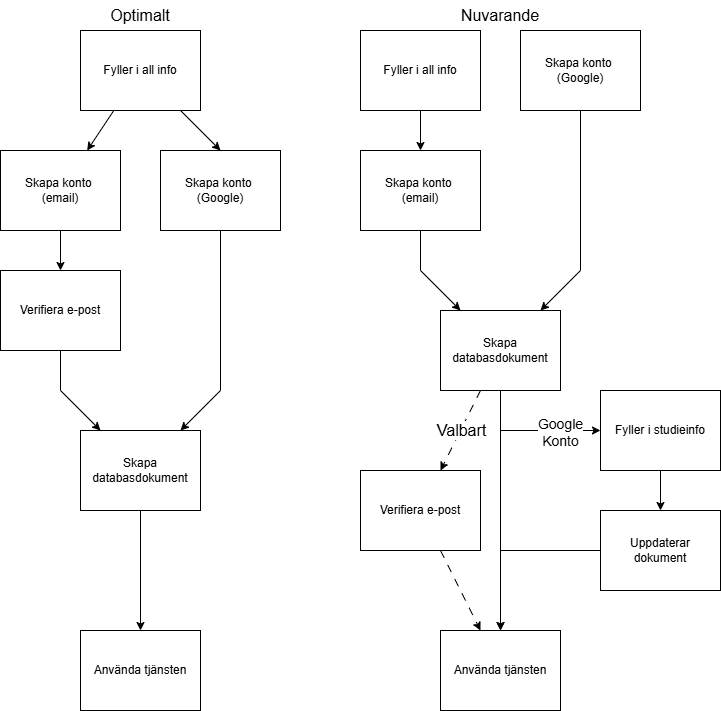
The draw.io diagram readme-imgs/CreateAccountFlow.png in Djurson/studydash, before a commit. Source tidied: cells renumbered, new cells last; positions are measured from the earlier drawing's top-left corner, leaving out a move shared by most shapes. Source of this version:
```xml
<mxGraphModel>
  <root>
    <mxCell id="0" />
    <mxCell id="1" parent="0" />
    <mxCell id="2" value="Skapa konto&amp;nbsp;&lt;div&gt;(email)&lt;/div&gt;" style="rounded=0;whiteSpace=wrap;html=1;" parent="1" vertex="1">
      <mxGeometry y="150" width="120" height="80" as="geometry" />
    </mxCell>
    <mxCell id="3" value="Fyller i all info" style="rounded=0;whiteSpace=wrap;html=1;" parent="1" vertex="1">
      <mxGeometry x="80" y="30" width="120" height="80" as="geometry" />
    </mxCell>
    <mxCell id="4" style="endArrow=classic;html=1;rounded=0;" parent="1" edge="1" source="3" target="2">
      <mxGeometry relative="1" as="geometry" />
    </mxCell>
    <mxCell id="5" style="endArrow=classic;html=1;rounded=0;" parent="1" edge="1" source="3">
      <mxGeometry relative="1" as="geometry">
        <mxPoint x="220" y="150" as="targetPoint" />
      </mxGeometry>
    </mxCell>
    <mxCell id="6" value="Verifiera e-post" style="rounded=0;whiteSpace=wrap;html=1;" parent="1" vertex="1">
      <mxGeometry y="270" width="120" height="80" as="geometry" />
    </mxCell>
    <mxCell id="7" style="endArrow=classic;html=1;rounded=0;" parent="1" edge="1" source="2" target="6">
      <mxGeometry relative="1" as="geometry" />
    </mxCell>
    <mxCell id="8" value="Skapa databasdokument" style="rounded=0;whiteSpace=wrap;html=1;" parent="1" vertex="1">
      <mxGeometry x="80" y="430" width="120" height="80" as="geometry" />
    </mxCell>
    <mxCell id="9" style="endArrow=classic;html=1;rounded=0;" parent="1" edge="1" source="34" target="8">
      <mxGeometry relative="1" as="geometry">
        <Array as="points">
          <mxPoint x="220" y="390" />
        </Array>
      </mxGeometry>
    </mxCell>
    <mxCell id="10" style="endArrow=classic;html=1;rounded=0;" parent="1" edge="1" source="6" target="8">
      <mxGeometry relative="1" as="geometry">
        <Array as="points">
          <mxPoint x="60" y="390" />
        </Array>
      </mxGeometry>
    </mxCell>
    <mxCell id="11" value="Skapa konto&amp;nbsp;&lt;div&gt;(email)&lt;/div&gt;" style="rounded=0;whiteSpace=wrap;html=1;" parent="1" vertex="1">
      <mxGeometry x="360" y="150" width="120" height="80" as="geometry" />
    </mxCell>
    <mxCell id="12" value="Fyller i all info" style="rounded=0;whiteSpace=wrap;html=1;" parent="1" vertex="1">
      <mxGeometry x="360" y="30" width="120" height="80" as="geometry" />
    </mxCell>
    <mxCell id="13" value="Skapa konto&amp;nbsp;&lt;div&gt;(Google)&lt;/div&gt;" style="rounded=0;whiteSpace=wrap;html=1;" parent="1" vertex="1">
      <mxGeometry x="520" y="30" width="120" height="80" as="geometry" />
    </mxCell>
    <mxCell id="14" style="endArrow=classic;html=1;rounded=0;" parent="1" edge="1" source="12" target="11">
      <mxGeometry relative="1" as="geometry" />
    </mxCell>
    <mxCell id="15" style="endArrow=classic;html=1;rounded=0;" parent="1" edge="1" source="13" target="16">
      <mxGeometry relative="1" as="geometry">
        <Array as="points">
          <mxPoint x="580" y="270" />
        </Array>
      </mxGeometry>
    </mxCell>
    <mxCell id="16" value="Skapa databasdokument" style="rounded=0;whiteSpace=wrap;html=1;" parent="1" vertex="1">
      <mxGeometry x="440" y="310" width="120" height="80" as="geometry" />
    </mxCell>
    <mxCell id="17" style="endArrow=classic;html=1;rounded=0;" parent="1" edge="1" source="11" target="16">
      <mxGeometry relative="1" as="geometry">
        <Array as="points">
          <mxPoint x="420" y="270" />
        </Array>
      </mxGeometry>
    </mxCell>
    <mxCell id="18" value="Verifiera e-post" style="rounded=0;whiteSpace=wrap;html=1;" parent="1" vertex="1">
      <mxGeometry x="360" y="470" width="120" height="80" as="geometry" />
    </mxCell>
    <mxCell id="19" value="Använda tjänsten" style="rounded=0;whiteSpace=wrap;html=1;" parent="1" vertex="1">
      <mxGeometry x="440" y="630" width="120" height="80" as="geometry" />
    </mxCell>
    <mxCell id="20" value="Använda tjänsten" style="rounded=0;whiteSpace=wrap;html=1;" parent="1" vertex="1">
      <mxGeometry x="80" y="630" width="120" height="80" as="geometry" />
    </mxCell>
    <mxCell id="21" style="endArrow=classic;html=1;rounded=0;" parent="1" edge="1" source="8" target="20">
      <mxGeometry relative="1" as="geometry" />
    </mxCell>
    <mxCell id="22" style="endArrow=classic;html=1;rounded=0;" parent="1" edge="1" source="16" target="19">
      <mxGeometry relative="1" as="geometry" />
    </mxCell>
    <mxCell id="23" style="endArrow=classic;html=1;rounded=0;dashed=1;dashPattern=8 8;" parent="1" edge="1" source="16" target="18">
      <mxGeometry relative="1" as="geometry" />
    </mxCell>
    <mxCell id="24" value="&lt;font style=&quot;font-size: 16px;&quot;&gt;Valbart&lt;/font&gt;" style="edgeLabel;html=1;align=center;verticalAlign=middle;" parent="23" vertex="1">
      <mxGeometry x="-0.02" relative="1" as="geometry" />
    </mxCell>
    <mxCell id="25" style="endArrow=classic;html=1;rounded=0;dashed=1;dashPattern=8 8;" parent="1" edge="1" source="18" target="19">
      <mxGeometry relative="1" as="geometry" />
    </mxCell>
    <mxCell id="26" value="&lt;font style=&quot;font-size: 16px;&quot;&gt;Optimalt&lt;/font&gt;" style="text;html=1;align=center;verticalAlign=middle;whiteSpace=wrap;rounded=0;" parent="1" vertex="1">
      <mxGeometry x="70" width="140" height="30" as="geometry" />
    </mxCell>
    <mxCell id="27" value="&lt;font style=&quot;font-size: 16px;&quot;&gt;Nuvarande&lt;/font&gt;" style="text;html=1;align=center;verticalAlign=middle;whiteSpace=wrap;rounded=0;" parent="1" vertex="1">
      <mxGeometry x="430" width="140" height="30" as="geometry" />
    </mxCell>
    <mxCell id="28" value="Fyller i studieinfo" style="rounded=0;whiteSpace=wrap;html=1;" parent="1" vertex="1">
      <mxGeometry x="600" y="390" width="120" height="80" as="geometry" />
    </mxCell>
    <mxCell id="29" value="Uppdaterar&lt;div&gt;dokument&lt;/div&gt;" style="rounded=0;whiteSpace=wrap;html=1;" parent="1" vertex="1">
      <mxGeometry x="600" y="510" width="120" height="80" as="geometry" />
    </mxCell>
    <mxCell id="30" style="endArrow=classic;html=1;rounded=0;" parent="1" edge="1" source="16" target="28">
      <mxGeometry relative="1" as="geometry">
        <Array as="points">
          <mxPoint x="500" y="430" />
        </Array>
      </mxGeometry>
    </mxCell>
    <mxCell id="31" value="&lt;font style=&quot;font-size: 14px;&quot;&gt;Google&lt;/font&gt;&lt;div&gt;&lt;font style=&quot;font-size: 14px;&quot;&gt;Konto&lt;/font&gt;&lt;/div&gt;" style="edgeLabel;html=1;align=center;verticalAlign=middle;" parent="30" vertex="1">
      <mxGeometry x="0.42" y="-1" relative="1" as="geometry" />
    </mxCell>
    <mxCell id="32" style="endArrow=classic;html=1;rounded=0;" parent="1" edge="1" source="28" target="29">
      <mxGeometry relative="1" as="geometry" />
    </mxCell>
    <mxCell id="33" style="endArrow=classic;html=1;rounded=0;" parent="1" edge="1" source="29" target="19">
      <mxGeometry relative="1" as="geometry">
        <Array as="points">
          <mxPoint x="500" y="550" />
        </Array>
      </mxGeometry>
    </mxCell>
    <mxCell id="34" value="Skapa konto&amp;nbsp;&lt;div&gt;(Google)&lt;/div&gt;" style="rounded=0;whiteSpace=wrap;html=1;" parent="1" vertex="1">
      <mxGeometry x="160" y="150" width="120" height="80" as="geometry" />
    </mxCell>
  </root>
</mxGraphModel>
```
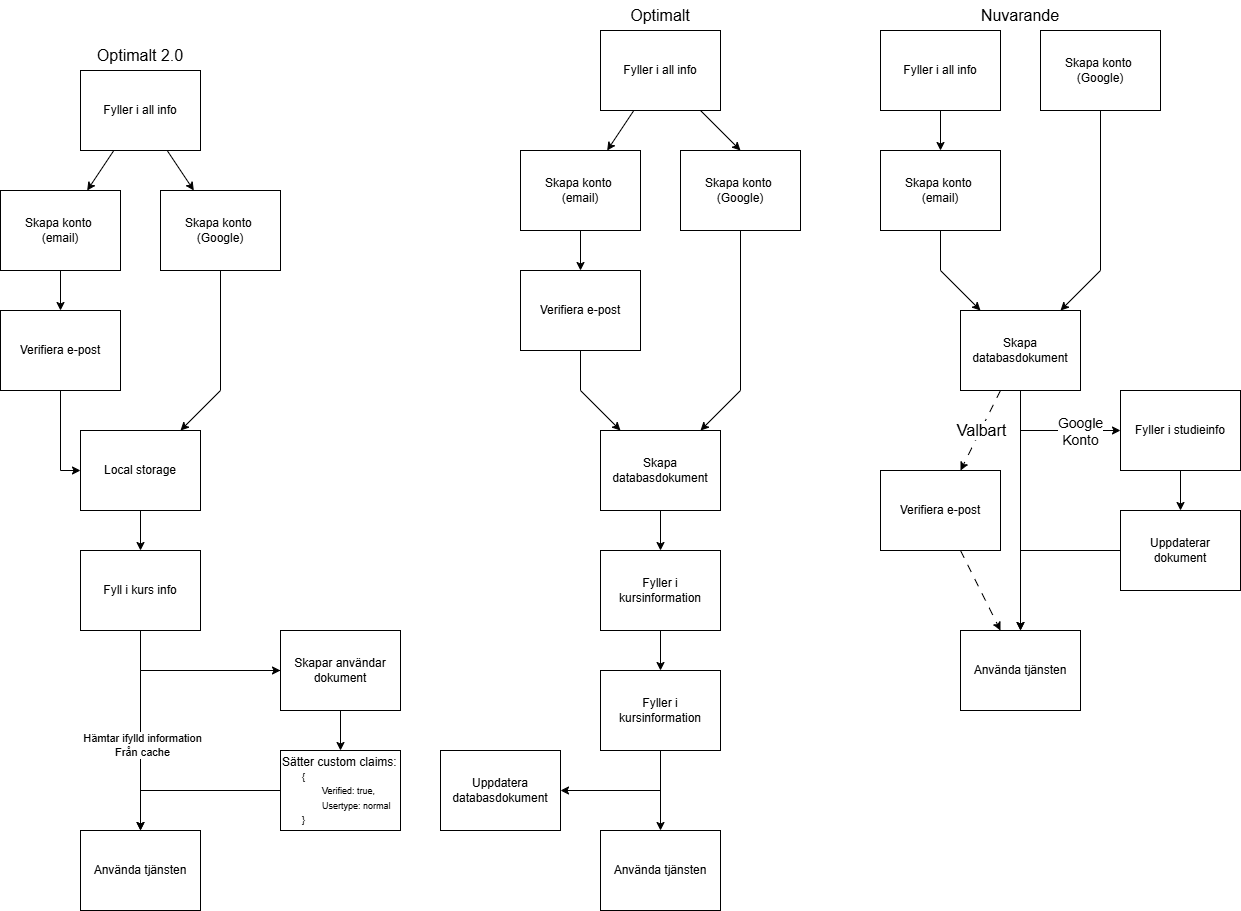
After the change.

Commit message:
Custom claims (början)

Change to the diagram source:
```diff
@@ -74,8 +74,8 @@
     <mxCell id="19" value="Använda tjänsten" style="rounded=0;whiteSpace=wrap;html=1;" parent="1" vertex="1">
       <mxGeometry x="440" y="630" width="120" height="80" as="geometry" />
     </mxCell>
-    <mxCell id="20" value="Använda tjänsten" style="rounded=0;whiteSpace=wrap;html=1;" parent="1" vertex="1">
-      <mxGeometry x="80" y="630" width="120" height="80" as="geometry" />
+    <mxCell id="20" value="Fyller i kursinformation" style="rounded=0;whiteSpace=wrap;html=1;" parent="1" vertex="1">
+      <mxGeometry x="80" y="550" width="120" height="80" as="geometry" />
     </mxCell>
     <mxCell id="21" style="endArrow=classic;html=1;rounded=0;" parent="1" edge="1" source="8" target="20">
       <mxGeometry relative="1" as="geometry" />
@@ -127,5 +127,115 @@
     <mxCell id="34" value="Skapa konto&amp;nbsp;&lt;div&gt;(Google)&lt;/div&gt;" style="rounded=0;whiteSpace=wrap;html=1;" parent="1" vertex="1">
       <mxGeometry x="160" y="150" width="120" height="80" as="geometry" />
     </mxCell>
+    <mxCell id="35" value="Skapa konto&amp;nbsp;&lt;div&gt;(email)&lt;/div&gt;" style="rounded=0;whiteSpace=wrap;html=1;" parent="1" vertex="1">
+      <mxGeometry x="-520" y="190" width="120" height="80" as="geometry" />
+    </mxCell>
+    <mxCell id="36" value="Fyller i all info" style="rounded=0;whiteSpace=wrap;html=1;" parent="1" vertex="1">
+      <mxGeometry x="-440" y="70" width="120" height="80" as="geometry" />
+    </mxCell>
+    <mxCell id="37" style="endArrow=classic;html=1;rounded=0;" parent="1" edge="1" source="36" target="46">
+      <mxGeometry relative="1" as="geometry" />
+    </mxCell>
+    <mxCell id="38" value="Verifiera e-post" style="rounded=0;whiteSpace=wrap;html=1;" parent="1" vertex="1">
+      <mxGeometry x="-520" y="310" width="120" height="80" as="geometry" />
+    </mxCell>
+    <mxCell id="39" style="endArrow=classic;html=1;rounded=0;" parent="1" edge="1" source="35" target="38">
+      <mxGeometry relative="1" as="geometry" />
+    </mxCell>
+    <mxCell id="40" style="endArrow=classic;html=1;rounded=0;" parent="1" edge="1" source="46" target="61">
+      <mxGeometry relative="1" as="geometry">
+        <Array as="points">
+          <mxPoint x="-300" y="390" />
+        </Array>
+      </mxGeometry>
+    </mxCell>
+    <mxCell id="41" style="endArrow=classic;html=1;rounded=0;" parent="1" edge="1" target="61">
+      <mxGeometry relative="1" as="geometry">
+        <mxPoint x="-460" y="390" as="sourcePoint" />
+        <Array as="points">
+          <mxPoint x="-460" y="470" />
+        </Array>
+      </mxGeometry>
+    </mxCell>
+    <mxCell id="42" value="Använda tjänsten" style="rounded=0;whiteSpace=wrap;html=1;" parent="1" vertex="1">
+      <mxGeometry x="-440" y="830" width="120" height="80" as="geometry" />
+    </mxCell>
+    <mxCell id="43" style="endArrow=classic;html=1;rounded=0;" parent="1" edge="1" target="49">
+      <mxGeometry relative="1" as="geometry">
+        <mxPoint x="-380" y="630" as="sourcePoint" />
+        <Array as="points">
+          <mxPoint x="-380" y="670" />
+        </Array>
+      </mxGeometry>
+    </mxCell>
+    <mxCell id="44" value="&lt;div&gt;&lt;br&gt;&lt;/div&gt;" style="edgeLabel;html=1;align=center;verticalAlign=middle;" parent="43" vertex="1">
+      <mxGeometry x="0.42" y="2" relative="1" as="geometry" />
+    </mxCell>
+    <mxCell id="45" value="&lt;span style=&quot;font-size: 16px;&quot;&gt;Optimalt 2.0&lt;/span&gt;" style="text;html=1;align=center;verticalAlign=middle;whiteSpace=wrap;rounded=0;" parent="1" vertex="1">
+      <mxGeometry x="-450" y="40" width="140" height="30" as="geometry" />
+    </mxCell>
+    <mxCell id="46" value="Skapa konto&amp;nbsp;&lt;div&gt;(Google)&lt;/div&gt;" style="rounded=0;whiteSpace=wrap;html=1;" parent="1" vertex="1">
+      <mxGeometry x="-360" y="190" width="120" height="80" as="geometry" />
+    </mxCell>
+    <mxCell id="47" style="endArrow=classic;html=1;rounded=0;" parent="1" edge="1" source="36" target="35">
+      <mxGeometry relative="1" as="geometry" />
+    </mxCell>
+    <mxCell id="48" value="Fyll i kurs info" style="rounded=0;whiteSpace=wrap;html=1;" parent="1" vertex="1">
+      <mxGeometry x="-440" y="550" width="120" height="80" as="geometry" />
+    </mxCell>
+    <mxCell id="49" value="Skapar användar dokument" style="rounded=0;whiteSpace=wrap;html=1;" parent="1" vertex="1">
+      <mxGeometry x="-240" y="630" width="120" height="80" as="geometry" />
+    </mxCell>
+    <mxCell id="50" value="Sätter custom claims:&lt;div&gt;&lt;font style=&quot;font-size: 9px;&quot;&gt;&lt;span style=&quot;white-space: pre;&quot;&gt;&#9;&lt;/span&gt;{&lt;/font&gt;&lt;/div&gt;&lt;div&gt;&lt;font style=&quot;font-size: 9px;&quot;&gt;&lt;span style=&quot;white-space: pre;&quot;&gt;&#9;&lt;span style=&quot;white-space: pre;&quot;&gt;&#9;&lt;/span&gt;&lt;/span&gt;Verified: true,&lt;/font&gt;&lt;/div&gt;&lt;div&gt;&lt;font style=&quot;font-size: 9px;&quot;&gt;&lt;span style=&quot;white-space: pre;&quot;&gt;&#9;&lt;span style=&quot;white-space: pre;&quot;&gt;&#9;&lt;/span&gt;&lt;/span&gt;Usertype: normal&lt;/font&gt;&lt;/div&gt;&lt;div&gt;&lt;font style=&quot;font-size: 9px;&quot;&gt;&lt;span style=&quot;white-space: pre;&quot;&gt;&#9;&lt;/span&gt;}&lt;/font&gt;&lt;/div&gt;" style="rounded=0;whiteSpace=wrap;html=1;align=left;" parent="1" vertex="1">
+      <mxGeometry x="-240" y="750" width="120" height="80" as="geometry" />
+    </mxCell>
+    <mxCell id="51" style="endArrow=classic;html=1;rounded=0;" parent="1" edge="1" source="49" target="50">
+      <mxGeometry relative="1" as="geometry" />
+    </mxCell>
+    <mxCell id="52" style="endArrow=classic;html=1;rounded=0;" parent="1" edge="1" source="49" target="42">
+      <mxGeometry relative="1" as="geometry">
+        <Array as="points">
+          <mxPoint x="-380" y="670" />
+        </Array>
+      </mxGeometry>
+    </mxCell>
+    <mxCell id="53" value="Hämtar ifylld information&lt;div&gt;Från cache&lt;/div&gt;" style="edgeLabel;html=1;align=center;verticalAlign=middle;" parent="52" vertex="1">
+      <mxGeometry x="0.43" y="2" relative="1" as="geometry" />
+    </mxCell>
+    <mxCell id="54" style="endArrow=classic;html=1;rounded=0;" parent="1" edge="1" source="50" target="42">
+      <mxGeometry relative="1" as="geometry">
+        <Array as="points">
+          <mxPoint x="-380" y="790" />
+        </Array>
+      </mxGeometry>
+    </mxCell>
+    <mxCell id="55" value="Fyller i kursinformation" style="rounded=0;whiteSpace=wrap;html=1;" parent="1" vertex="1">
+      <mxGeometry x="80" y="670" width="120" height="80" as="geometry" />
+    </mxCell>
+    <mxCell id="56" style="endArrow=classic;html=1;rounded=0;" parent="1" edge="1" source="20" target="55">
+      <mxGeometry relative="1" as="geometry" />
+    </mxCell>
+    <mxCell id="57" value="Använda tjänsten" style="rounded=0;whiteSpace=wrap;html=1;" parent="1" vertex="1">
+      <mxGeometry x="80" y="830" width="120" height="80" as="geometry" />
+    </mxCell>
+    <mxCell id="58" value="Uppdatera&lt;div&gt;databasdokument&lt;/div&gt;" style="rounded=0;whiteSpace=wrap;html=1;" parent="1" vertex="1">
+      <mxGeometry x="-80" y="750" width="120" height="80" as="geometry" />
+    </mxCell>
+    <mxCell id="59" style="endArrow=classic;html=1;rounded=0;" parent="1" edge="1" source="55" target="58">
+      <mxGeometry relative="1" as="geometry">
+        <Array as="points">
+          <mxPoint x="140" y="790" />
+        </Array>
+      </mxGeometry>
+    </mxCell>
+    <mxCell id="60" style="endArrow=classic;html=1;rounded=0;" parent="1" edge="1" source="55" target="57">
+      <mxGeometry relative="1" as="geometry" />
+    </mxCell>
+    <mxCell id="61" value="Local storage" style="rounded=0;whiteSpace=wrap;html=1;" parent="1" vertex="1">
+      <mxGeometry x="-440" y="430" width="120" height="80" as="geometry" />
+    </mxCell>
+    <mxCell id="62" style="endArrow=classic;html=1;rounded=0;" parent="1" edge="1" source="61" target="48">
+      <mxGeometry relative="1" as="geometry" />
+    </mxCell>
   </root>
 </mxGraphModel>
```
